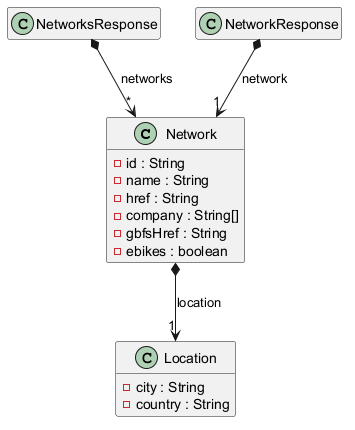
The PlantUML diagram Docs/Models/domain.png in isunican/App-Bicis-Grupo1, before a commit. The source it was exported from:
```plantuml
@startuml

hide empty members

class Network {
    - id : String
    - name : String
    - href : String
    - company : String[]
    - gbfsHref : String
    - ebikes : boolean
}

class Location {
    - city : String
    - country : String
}

class NetworksResponse {

}

class NetworkResponse {

}

Network *--> "1" Location : location
NetworksResponse *--> "*" Network : networks
NetworkResponse *--> "1" Network : network

@enduml
```
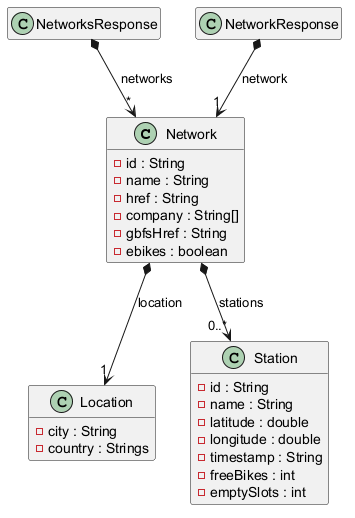
The same diagram one commit later.

Diff of the diagram source:
```diff
@@ -13,7 +13,7 @@
 
 class Location {
     - city : String
-    - country : String
+    - country : Strings
 }
 
 class NetworksResponse {
@@ -24,7 +24,18 @@
 
 }
 
+class Station {
+    - id : String
+    - name : String
+    - latitude : double
+    - longitude : double
+    - timestamp : String
+    - freeBikes : int
+    - emptySlots : int
+}
+
 Network *--> "1" Location : location
+Network *--> "0..*" Station : stations
 NetworksResponse *--> "*" Network : networks
 NetworkResponse *--> "1" Network : network
 
```
